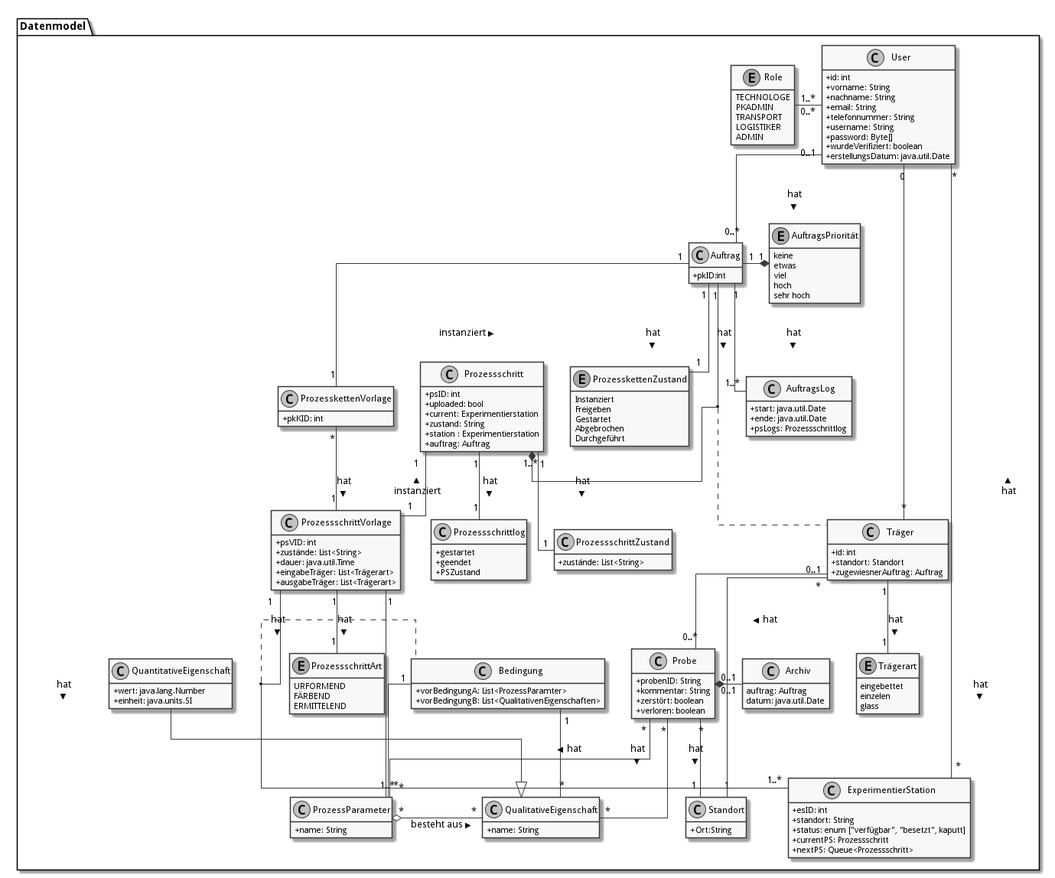
The PlantUML diagram doc/UML/datenModel.png in fkehlenb/softwareprojekt-2, before a commit.
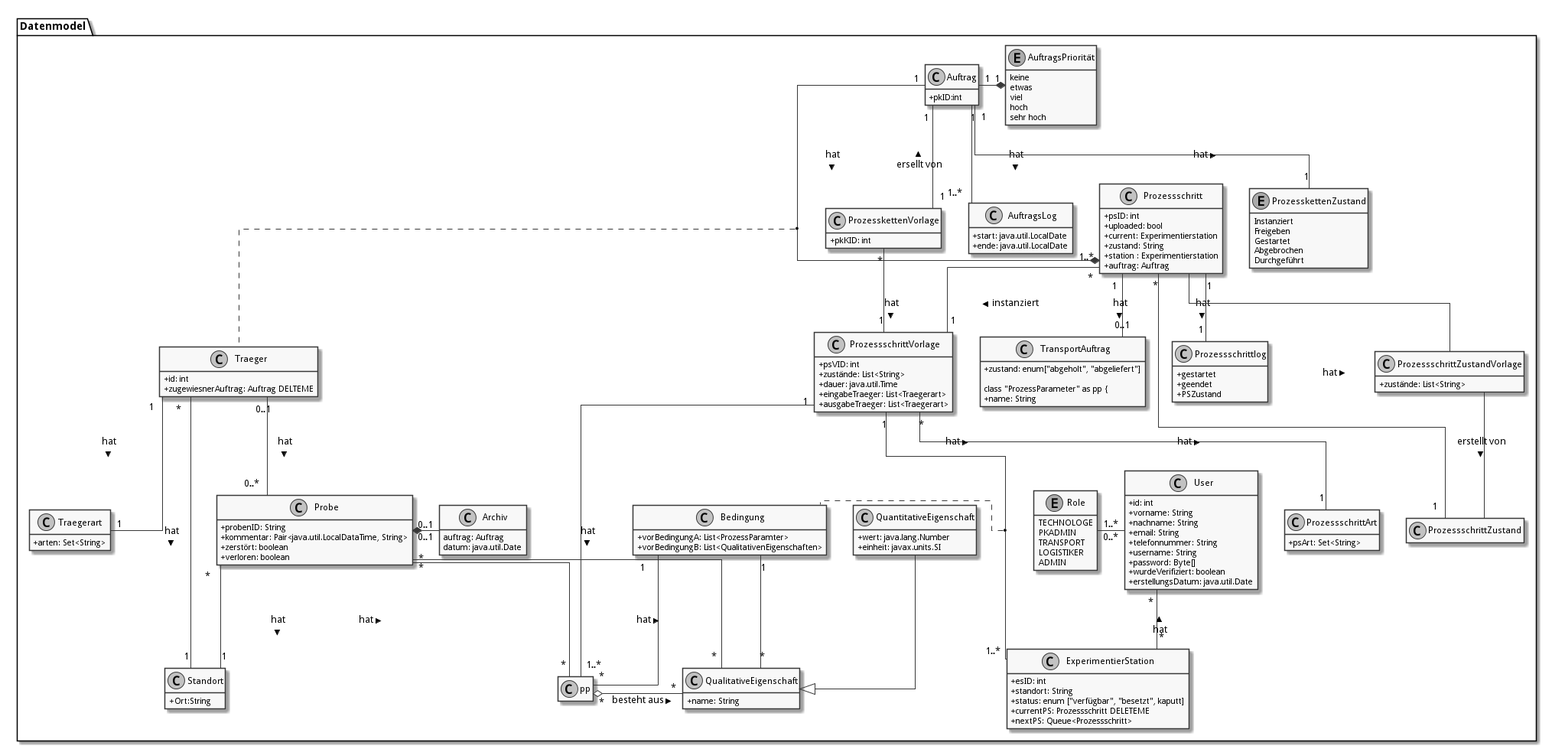
The same diagram one commit later.

Commit message:
erste Welle

Diff of the diagram source:
```diff
@@ -31,7 +31,7 @@
 
 class Probe {
   +probenID: String
-  +kommentar: String
+  +kommentar: Pair<java.util.LocalDataTime, String>
   +zerstört: boolean
   +verloren: boolean
 }
@@ -41,16 +41,13 @@
   +Ort:String
 }
 
-class Träger {
+class Traeger {
   +id: int
-  +standort: Standort
-  +zugewiesnerAuftrag: Auftrag
+  +zugewiesnerAuftrag: Auftrag DELTEME
 }
 
-enum Trägerart {
-  eingebettet
-  einzelen
-  glass
+class Traegerart {
+  +arten: Set<String>
 }
 
 class Archiv {
@@ -64,7 +61,7 @@
 
 class "QuantitativeEigenschaft" as quantE {
   +wert: java.lang.Number
-  +einheit: java.units.SI
+  +einheit: javax.units.SI
 }
 
 class "Prozessschritt" as ps {
@@ -83,6 +80,9 @@
 }
 
 class ProzessschrittZustand {
+}
+
+class ProzessschrittZustandVorlage {
    +zustände: List<String>
 }
 
@@ -90,15 +90,16 @@
   +psVID: int
   +zustände: List<String>
   +dauer: java.util.Time
-  +eingabeTräger: List<Trägerart>
-  +ausgabeTräger: List<Trägerart>
+  +eingabeTraeger: List<Traegerart>
+  +ausgabeTraeger: List<Traegerart>
 }
 
-enum ProzessschrittArt {
-URFORMEND
-FÄRBEND
-ERMITTELEND
+class ProzessschrittArt {
+  +psArt: Set<String>
 }
+
+ class TransportAuftrag {
+   +zustand: enum["abgeholt", "abgeliefert"]
 
  class "ProzessParameter" as pp {
     +name: String
@@ -110,9 +111,8 @@
 }
 
 class AuftragsLog {
-  +start: java.util.Date
-  +ende: java.util.Date
-  +psLogs: Prozessschrittlog
+  +start: java.util.LocalDate
+  +ende: java.util.LocalDate
 }
 
 
@@ -145,7 +145,7 @@
   +esID: int
   +standort: String
   +status: enum ["verfügbar", "besetzt", kaputt]
-  +currentPS: Prozessschritt
+  +currentPS: Prozessschritt DELETEME
   +nextPS: Queue<Prozessschritt>
 }
 
@@ -153,33 +153,35 @@
 
   User "0..*" -left- "1..*" Role
   User "*" -- "*" es: < hat
-  User "0" --  "*" Träger
 
 
-  User "0..1" -- "0..*" Auftrag: hat >
   Auftrag "1" -* "1" AuftragsPriorität
   Auftrag "1" -* "1..*" ps: hat >
   Auftrag "1"  -- "1..*" AuftragsLog: hat >
   Auftrag "1" -- "1" pkZ: hat >
-  Auftrag "1" -- "1" pkV: < instanziert
+  Auftrag "1" -- "1" pkV: < ersellt von
 
-  (Auftrag, ps) .. Träger
+  (Auftrag, ps) .. Traeger
 
 
-  ps "1" -- "1" psV: < instanziert
+  ps "*" -- "1" psV: instanziert >
   ps "1"-- "1" Prozessschrittlog:  hat >
-  ps "1" -- "1" ProzessschrittZustand: hat >
+  ps "*" -- "1" ProzessschrittZustand: hat >
+  ps "1" -- "0..1" TransportAuftrag: hat >
 
 
-  psV "1" --  "1" ProzessschrittArt: hat >
+  psV "*" --  "1" ProzessschrittArt: hat >
   psV "1" -- "1..*" pp: hat >
   psV "1" --"1..*" es: hat >
 
   (psV, es) .. Bedingung
 
- Träger "1" -- "1" Trägerart: hat >
- Träger "0..1" -- "0..*" Probe: hat >
- Träger "*" -- "1" Standort: hat >
+ ProzessschrittZustandVorlage -- ProzessschrittZustand: erstellt von >
+ ps -- ProzessschrittZustandVorlage
+
+ Traeger "1" -- "1" Traegerart: hat >
+ Traeger "0..1" -- "0..*" Probe: hat >
+ Traeger "*" -- "1" Standort: hat >
 
   pkV "*" -- "1" psV: hat >
 
```
